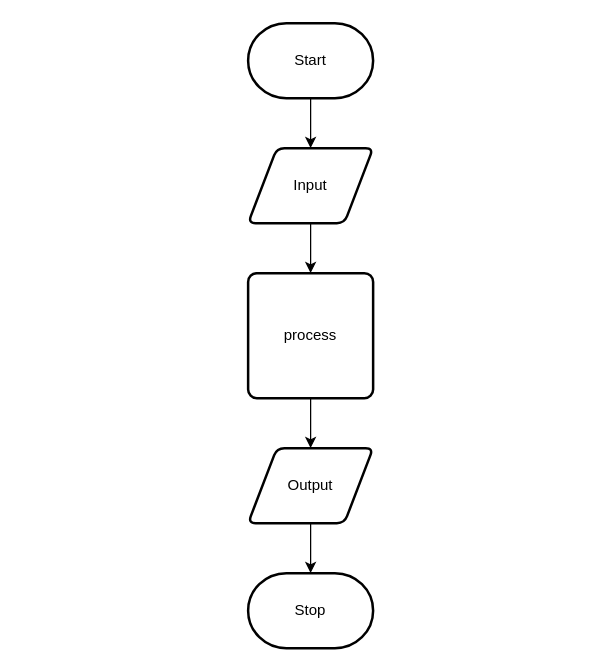
Above: design/flowchat.drawio in MTHS-ICD2O-1-2023/ICD2O-Assignment-05-clara-tyman (draw.io), before the change. Source tidied: cells renumbered, new cells numbered last; positions are measured from the earlier drawing's top-left corner, leaving out a move shared by most shapes. Both pictures are drawn from the tidied source at 125%, with x=0, y=0 at pixel (248, 22).
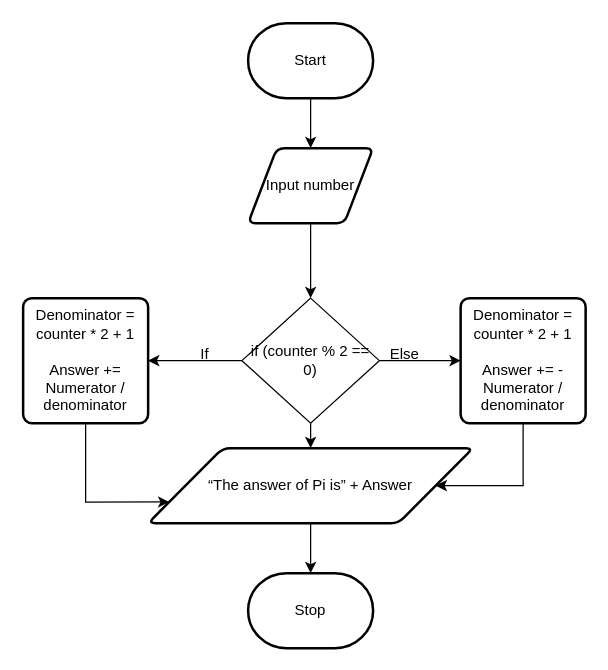
The same diagram, later.

What changed in the source:
```diff
@@
-    <mxCell id="4" style="edgeStyle=none;html=1;" parent="1" edge="1" source="5" target="7">
-      <mxGeometry relative="1" as="geometry" />
+    <mxCell id="4" style="edgeStyle=none;html=1;" parent="1" edge="1" source="5">
+      <mxGeometry relative="1" as="geometry">
+        <mxPoint x="50" y="220" as="targetPoint" />
+      </mxGeometry>
     </mxCell>
-    <mxCell id="5" value="Input" style="shape=parallelogram;html=1;strokeWidth=2;perimeter=parallelogramPerimeter;whiteSpace=wrap;rounded=1;arcSize=12;size=0.23;" parent="1" vertex="1">
+    <mxCell id="5" value="Input number" style="shape=parallelogram;html=1;strokeWidth=2;perimeter=parallelogramPerimeter;whiteSpace=wrap;rounded=1;arcSize=12;size=0.23;" parent="1" vertex="1">
       <mxGeometry y="100" width="100" height="60" as="geometry" />
     </mxCell>
-    <mxCell id="6" style="edgeStyle=none;html=1;" parent="1" edge="1" source="7" target="9">
-      <mxGeometry relative="1" as="geometry" />
+    <mxCell id="6" style="edgeStyle=orthogonalEdgeStyle;html=1;entryX=0;entryY=0.75;entryDx=0;entryDy=0;rounded=0;" parent="1" edge="1" source="7" target="9">
+      <mxGeometry relative="1" as="geometry">
+        <Array as="points">
+          <mxPoint x="-130" y="383" />
+        </Array>
+      </mxGeometry>
     </mxCell>
-    <mxCell id="7" value="process" style="rounded=1;whiteSpace=wrap;html=1;absoluteArcSize=1;arcSize=14;strokeWidth=2;" parent="1" vertex="1">
-      <mxGeometry y="200" width="100" height="100" as="geometry" />
+    <mxCell id="7" value="Denominator = counter * 2 + 1&lt;br&gt;&lt;br&gt;Answer += Numerator / denominator" style="rounded=1;whiteSpace=wrap;html=1;absoluteArcSize=1;arcSize=14;strokeWidth=2;" parent="1" vertex="1">
+      <mxGeometry x="-180" y="220" width="100" height="100" as="geometry" />
     </mxCell>
@@
-    <mxCell id="9" value="Output" style="shape=parallelogram;html=1;strokeWidth=2;perimeter=parallelogramPerimeter;whiteSpace=wrap;rounded=1;arcSize=12;size=0.23;" parent="1" vertex="1">
-      <mxGeometry y="340" width="100" height="60" as="geometry" />
+    <mxCell id="9" value="“The answer of Pi is” + Answer" style="shape=parallelogram;html=1;strokeWidth=2;perimeter=parallelogramPerimeter;whiteSpace=wrap;rounded=1;arcSize=12;size=0.23;" parent="1" vertex="1">
+      <mxGeometry x="-80" y="340" width="260" height="60" as="geometry" />
     </mxCell>
@@
+    <mxCell id="11" style="edgeStyle=none;html=1;entryX=1;entryY=0.5;entryDx=0;entryDy=0;" parent="1" edge="1" source="14" target="7">
+      <mxGeometry relative="1" as="geometry" />
+    </mxCell>
+    <mxCell id="12" style="edgeStyle=none;html=1;entryX=0.5;entryY=0;entryDx=0;entryDy=0;" parent="1" edge="1" source="14" target="9">
+      <mxGeometry relative="1" as="geometry" />
+    </mxCell>
+    <mxCell id="13" style="rounded=0;html=1;entryX=0;entryY=0.5;entryDx=0;entryDy=0;" parent="1" edge="1" source="14" target="17">
+      <mxGeometry relative="1" as="geometry" />
+    </mxCell>
+    <mxCell id="14" value="if (counter % 2 == 0)" style="rhombus;whiteSpace=wrap;html=1;" parent="1" vertex="1">
+      <mxGeometry x="-5" y="220" width="110" height="100" as="geometry" />
+    </mxCell>
+    <mxCell id="15" value="If" style="text;html=1;align=center;verticalAlign=middle;strokeColor=none;fillColor=none;" parent="1" vertex="1">
+      <mxGeometry x="-50" y="250" width="30" height="30" as="geometry" />
+    </mxCell>
+    <mxCell id="16" style="edgeStyle=orthogonalEdgeStyle;rounded=0;html=1;entryX=1;entryY=0.5;entryDx=0;entryDy=0;" parent="1" edge="1" source="17" target="9">
+      <mxGeometry relative="1" as="geometry">
+        <Array as="points">
+          <mxPoint x="220" y="370" />
+        </Array>
+      </mxGeometry>
+    </mxCell>
+    <mxCell id="17" value="Denominator = counter * 2 + 1&lt;br&gt;&lt;br&gt;Answer += - Numerator / denominator" style="rounded=1;whiteSpace=wrap;html=1;absoluteArcSize=1;arcSize=14;strokeWidth=2;" parent="1" vertex="1">
+      <mxGeometry x="170" y="220" width="100" height="100" as="geometry" />
+    </mxCell>
+    <mxCell id="18" value="Else" style="text;html=1;align=center;verticalAlign=middle;strokeColor=none;fillColor=none;" parent="1" vertex="1">
+      <mxGeometry x="100" y="250" width="50" height="30" as="geometry" />
+    </mxCell>
```
